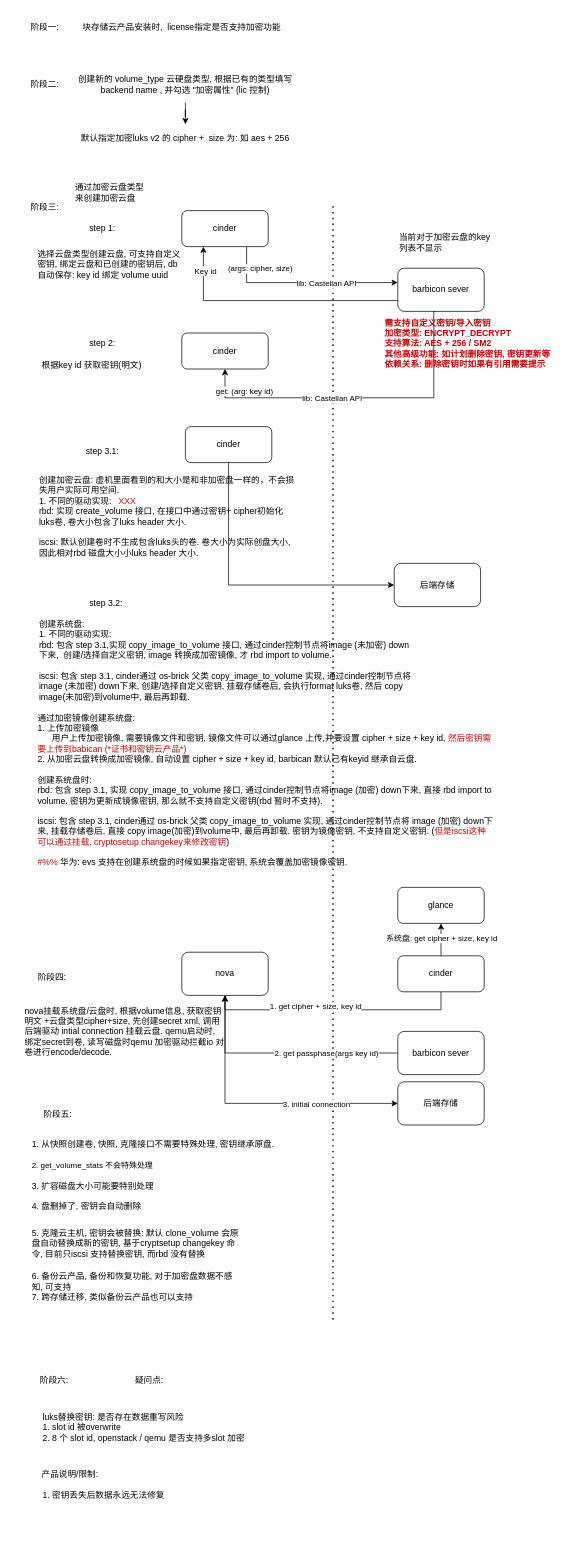
ChenFanTony/ceph-diagrams keeps this draw.io diagram as 磁盘加密.drawio. Above is the earlier version. Source tidied: cells renumbered, new cells numbered last; positions are measured from the earlier drawing's top-left corner, leaving out a move shared by most shapes. Both pictures are drawn from the tidied source at 72%, with x=0, y=0 at pixel (23, 12).
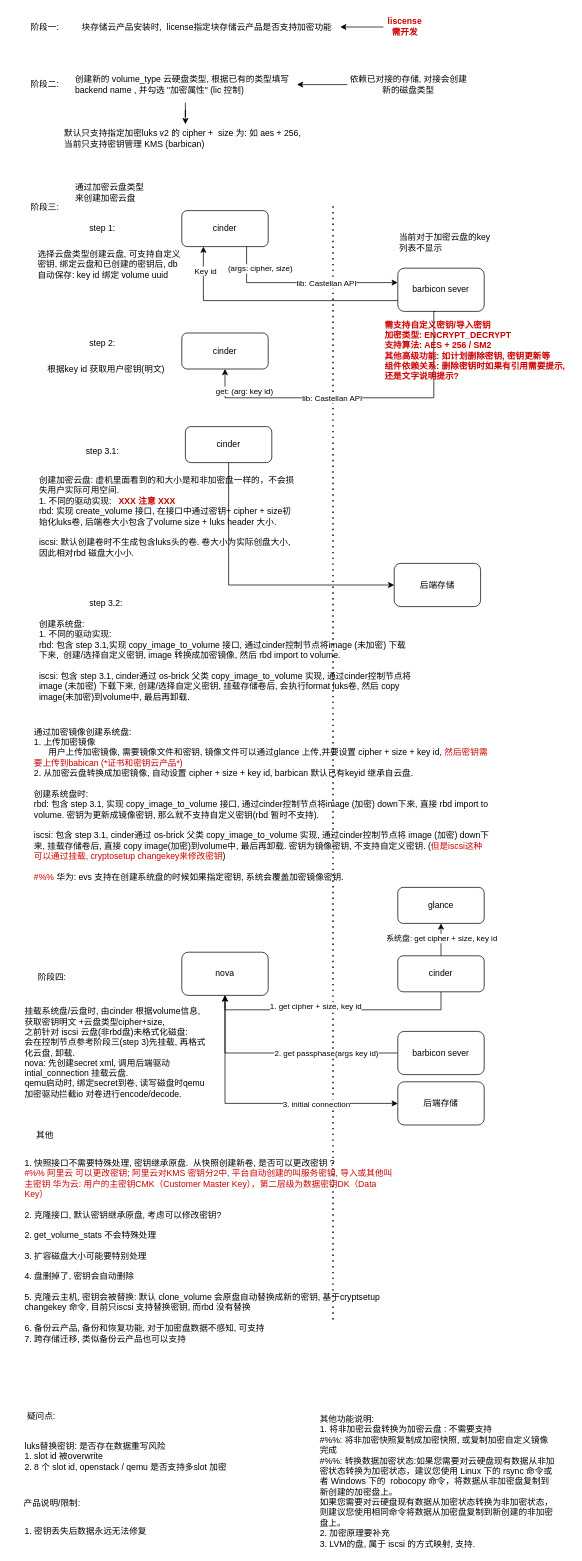
After the change.

Commit message:
更新磁盘加密.drawio

Diff of the diagram source:
```diff
@@
-    <mxCell id="17" value="创建新的 volume_type 云硬盘类型, 根据已有的类型填写backend name , 并勾选 &quot;加密属性&quot; (lic 控制)" style="text;html=1;whiteSpace=wrap;strokeColor=none;fillColor=none;align=center;verticalAlign=middle;rounded=0;" parent="1" vertex="1">
+    <mxCell id="17" value="创建新的 volume_type 云硬盘类型, 根据已有的类型填写backend name , 并勾选 &quot;加密属性&quot; (lic 控制)" style="text;html=1;whiteSpace=wrap;strokeColor=none;fillColor=none;align=left;verticalAlign=middle;rounded=0;" parent="1" vertex="1">
       <mxGeometry x="70" y="75" width="310" height="50" as="geometry" />
     </mxCell>
@@
-    <mxCell id="19" value="默认指定加密luks v2 的 cipher +&amp;nbsp; size 为: 如 aes + 256" style="text;html=1;whiteSpace=wrap;strokeColor=none;fillColor=none;align=center;verticalAlign=middle;rounded=0;" parent="1" vertex="1">
+    <mxCell id="19" value="默认只支持指定加密luks v2 的 cipher +&amp;nbsp; size 为: 如 aes + 256, 当前只支持密钥管理 KMS (barbican)" style="text;html=1;whiteSpace=wrap;strokeColor=none;fillColor=none;align=left;verticalAlign=middle;rounded=0;" parent="1" vertex="1">
       <mxGeometry x="55" y="155" width="340" height="40" as="geometry" />
     </mxCell>
-    <mxCell id="20" value="块存储云产品安装时,&amp;nbsp; license指定是否支持加密功能" style="text;html=1;whiteSpace=wrap;strokeColor=none;fillColor=none;align=center;verticalAlign=middle;rounded=0;" parent="1" vertex="1">
-      <mxGeometry x="70" width="300" height="40" as="geometry" />
+    <mxCell id="20" value="块存储云产品安装时,&amp;nbsp; license指定块存储云产品是否支持加密功能" style="text;html=1;whiteSpace=wrap;strokeColor=none;fillColor=none;align=center;verticalAlign=middle;rounded=0;" parent="1" vertex="1">
+      <mxGeometry x="70" width="370" height="40" as="geometry" />
     </mxCell>
@@
-    <mxCell id="31" value="根据key id 获取密钥(明文)" style="text;html=1;whiteSpace=wrap;strokeColor=none;fillColor=none;align=center;verticalAlign=middle;rounded=0;" parent="1" vertex="1">
-      <mxGeometry x="15" y="475" width="160" height="30" as="geometry" />
+    <mxCell id="31" value="根据key id 获取用户密钥(明文)" style="text;html=1;whiteSpace=wrap;strokeColor=none;fillColor=none;align=center;verticalAlign=middle;rounded=0;" parent="1" vertex="1">
+      <mxGeometry x="30" y="475" width="170" height="40" as="geometry" />
     </mxCell>
@@
-    <mxCell id="36" value="创建加密云盘:&amp;nbsp;虚机里面看到的和大小是和非加密盘一样的，不会损失用户实际可用空间.&lt;br&gt;1. 不同的驱动实现:&amp;nbsp; &amp;nbsp;&lt;font style=&quot;color: rgb(204, 0, 0);&quot;&gt;XXX&lt;/font&gt;&lt;br&gt;rbd: 实现 create_volume 接口, 在接口中通过密钥+ cipher初始化luks卷, 卷大小包含了luks header 大小.&amp;nbsp;&lt;br&gt;&lt;br&gt;iscsi: 默认创建卷时不生成包含luks头的卷. 卷大小为实际创盘大小, 因此相对rbd 磁盘大小小luks header 大小." style="text;html=1;whiteSpace=wrap;strokeColor=none;fillColor=none;align=left;verticalAlign=middle;rounded=0;" parent="1" vertex="1">
+    <mxCell id="36" value="创建加密云盘:&amp;nbsp;虚机里面看到的和大小是和非加密盘一样的，不会损失用户实际可用空间.&lt;br&gt;1. 不同的驱动实现:&amp;nbsp; &amp;nbsp;&lt;font style=&quot;color: rgb(204, 0, 0);&quot;&gt;&lt;b&gt;XXX 注意 XXX&lt;/b&gt;&lt;/font&gt;&lt;br&gt;rbd: 实现 create_volume 接口, 在接口中通过密钥+ cipher + size初始化luks卷, 后端卷大小包含了volume size + luks header 大小.&amp;nbsp;&lt;br&gt;&lt;br&gt;iscsi: 默认创建卷时不生成包含luks头的卷. 卷大小为实际创盘大小, 因此相对rbd 磁盘大小小." style="text;html=1;whiteSpace=wrap;strokeColor=none;fillColor=none;align=left;verticalAlign=middle;rounded=0;" parent="1" vertex="1">
       <mxGeometry x="20" y="635" width="360" height="130" as="geometry" />
     </mxCell>
@@
-    <mxCell id="38" value="创建系统盘:&amp;nbsp;&lt;br&gt;1. 不同的驱动实现:&lt;br&gt;rbd: 包含 step 3.1,实现 copy_image_to_volume 接口, 通过cinder控制节点将image (未加密) down下来,&amp;nbsp; 创建/选择自定义密钥, image 转换成加密镜像, 才 rbd import to volume.&lt;br&gt;&lt;br&gt;iscsi: 包含 step 3.1, cinder通过 os-brick 父类 copy_image_to_volume 实现, 通过cinder控制节点将 image (未加密) down下来, 创建/选择自定义密钥, 挂载存储卷后,&amp;nbsp;会执行format luks卷, 然后 copy image(未加密)到volume中, 最后再卸载." style="text;html=1;whiteSpace=wrap;strokeColor=none;fillColor=none;align=left;verticalAlign=middle;rounded=0;" parent="1" vertex="1">
+    <mxCell id="38" value="创建系统盘:&amp;nbsp;&lt;br&gt;1. 不同的驱动实现:&lt;br&gt;rbd: 包含 step 3.1,实现 copy_image_to_volume 接口, 通过cinder控制节点将image (未加密) 下载下来,&amp;nbsp; 创建/选择自定义密钥, image 转换成加密镜像, 然后 rbd import to volume.&lt;br&gt;&lt;br&gt;iscsi: 包含 step 3.1, cinder通过 os-brick 父类 copy_image_to_volume 实现, 通过cinder控制节点将 image (未加密) 下载下来, 创建/选择自定义密钥, 挂载存储卷后,&amp;nbsp;会执行format luks卷, 然后 copy image(未加密)到volume中, 最后再卸载." style="text;html=1;whiteSpace=wrap;strokeColor=none;fillColor=none;align=left;verticalAlign=middle;rounded=0;" parent="1" vertex="1">
       <mxGeometry x="20" y="835" width="520" height="130" as="geometry" />
     </mxCell>
@@
-    <mxCell id="41" value="nova挂载系统盘/云盘时, 根据volume信息, 获取密钥明文 +云盘类型cipher+size, 先创建secret xml,&amp;nbsp;调用后端驱动 intial connection 挂载云盘.&amp;nbsp;&lt;span style=&quot;background-color: transparent; color: light-dark(rgb(0, 0, 0), rgb(255, 255, 255));&quot;&gt;qemu&lt;/span&gt;启动&lt;span style=&quot;background-color: transparent; color: light-dark(rgb(0, 0, 0), rgb(255, 255, 255));&quot;&gt;时, 绑定secret到卷, 读写磁盘时qemu 加密驱动拦截io 对卷进行encode/decode.&lt;/span&gt;" style="text;html=1;whiteSpace=wrap;strokeColor=none;fillColor=none;align=left;verticalAlign=middle;rounded=0;" parent="1" vertex="1">
-      <mxGeometry y="1365" width="280" height="100" as="geometry" />
+    <mxCell id="41" value="挂载系统盘/云盘时, 由cinder 根据volume信息, 获取密钥明文 +云盘类型cipher+size, &lt;br&gt;之前针对 iscsi 云盘(非rbd盘)未格式化磁盘:&lt;br&gt;会在控制节点参考阶段三(step 3)先挂载, 再格式化云盘, 卸载.&lt;br&gt;nova: 先创建secret xml,&amp;nbsp;调用后端驱动 intial_connection 挂载云盘.&amp;nbsp;&lt;span style=&quot;background-color: transparent; color: light-dark(rgb(0, 0, 0), rgb(255, 255, 255));&quot;&gt;&lt;br&gt;qemu&lt;/span&gt;启动&lt;span style=&quot;background-color: transparent; color: light-dark(rgb(0, 0, 0), rgb(255, 255, 255));&quot;&gt;时, 绑定secret到卷, 读写磁盘时qemu 加密驱动拦截io 对卷进行encode/decode.&lt;/span&gt;" style="text;html=1;whiteSpace=wrap;strokeColor=none;fillColor=none;align=left;verticalAlign=middle;rounded=0;" parent="1" vertex="1">
+      <mxGeometry y="1385" width="260" height="120" as="geometry" />
     </mxCell>
@@
-    <mxCell id="45" value="阶段五:" style="text;html=1;whiteSpace=wrap;strokeColor=none;fillColor=none;align=center;verticalAlign=middle;rounded=0;" parent="1" vertex="1">
-      <mxGeometry x="17.5" y="1515" width="60" height="30" as="geometry" />
+    <mxCell id="45" value="其他" style="text;html=1;whiteSpace=wrap;strokeColor=none;fillColor=none;align=center;verticalAlign=middle;rounded=0;" parent="1" vertex="1">
+      <mxGeometry y="1545" width="60" height="30" as="geometry" />
     </mxCell>
     <mxCell id="46" value="通过加密镜像创建系统盘:&amp;nbsp;&lt;br&gt;1. 上传加密镜像&lt;br&gt;&amp;nbsp; &amp;nbsp; &amp;nbsp; 用户上传加密镜像, 需要镜像文件和密钥, 镜像文件可以通过glance 上传,并要设置 cipher + size + key id, &lt;font style=&quot;color: rgb(204, 0, 0);&quot;&gt;然后密钥需要上传到babican (*证书和密钥云产品*)&lt;/font&gt;&lt;br&gt;2. 从加密云盘转换成加密镜像, 自动设置&amp;nbsp;cipher + size + key id, barbican 默认已有keyid 继承自云盘.&lt;br&gt;&lt;div&gt;&lt;br&gt;创建系统盘时:&lt;br&gt;rbd:&amp;nbsp;&lt;span style=&quot;background-color: transparent; color: light-dark(rgb(0, 0, 0), rgb(255, 255, 255));&quot;&gt;包含 step 3.1, 实现 copy_image_to_volume 接口, 通过cinder控制节点将image (加密) down下来, 直接 rbd import to volume. 密钥为更新成镜像密钥, 那么就不支持自定义密钥(rbd 暂时不支持).&lt;br&gt;&lt;/span&gt;&lt;span style=&quot;background-color: transparent; color: light-dark(rgb(0, 0, 0), rgb(255, 255, 255));&quot;&gt;&lt;br&gt;iscsi:&amp;nbsp;&lt;/span&gt;&lt;span style=&quot;background-color: transparent; color: light-dark(rgb(0, 0, 0), rgb(255, 255, 255));&quot;&gt;包含 step 3.1, cinder通过 os-brick 父类 copy_image_to_volume 实现, 通过cinder控制节点将 image (加密) down下来, 挂载存储卷后, 直接 copy image(加密)到volume中, 最后再卸载. 密钥为镜像密钥, 不支持自定义密钥. (&lt;/span&gt;&lt;span style=&quot;background-color: transparent;&quot;&gt;&lt;font style=&quot;color: light-dark(rgb(204, 0, 0), rgb(204, 0, 0));&quot;&gt;但是iscsi这种可以通过挂载, cryptosetup changekey来修改密钥&lt;/font&gt;&lt;/span&gt;&lt;span style=&quot;background-color: transparent; color: light-dark(rgb(0, 0, 0), rgb(255, 255, 255));&quot;&gt;)&lt;br&gt;&lt;br&gt;&lt;/span&gt;&lt;font style=&quot;color: light-dark(rgb(204, 0, 0), rgb(204, 0, 0));&quot;&gt;#%%&lt;/font&gt; 华为: evs 支持在创建系统盘的时候如果指定密钥, 系统会覆盖加密镜像密钥.&lt;span style=&quot;background-color: transparent; color: light-dark(rgb(0, 0, 0), rgb(255, 255, 255));&quot;&gt;&lt;/span&gt;&lt;/div&gt;" style="text;html=1;whiteSpace=wrap;strokeColor=none;fillColor=none;align=left;verticalAlign=middle;rounded=0;" parent="1" vertex="1">
-      <mxGeometry x="17.5" y="945" width="635" height="270" as="geometry" />
+      <mxGeometry x="12.5" y="965" width="635" height="270" as="geometry" />
     </mxCell>
@@
-    <mxCell id="51" value="&lt;div style=&quot;&quot;&gt;&lt;span style=&quot;background-color: transparent; color: light-dark(rgb(0, 0, 0), rgb(255, 255, 255));&quot;&gt;1. 从快照创建卷, 快照, 克隆接口不需要特殊处理, 密钥继承原盘.&lt;/span&gt;&lt;/div&gt;&lt;br&gt;&lt;div style=&quot;&quot;&gt;&lt;span style=&quot;font-size: 8.2875pt; font-family: LiberationMono;&quot;&gt;2. get_volume_stats 不会特殊处理&lt;/span&gt;&lt;/div&gt;&lt;br&gt;&lt;div style=&quot;&quot;&gt;&lt;span style=&quot;background-color: transparent; color: light-dark(rgb(0, 0, 0), rgb(255, 255, 255));&quot;&gt;3. 扩容磁盘大小可能要特别处理&lt;br&gt;&lt;br&gt;4. 盘删掉了, 密钥会自动删除&lt;/span&gt;&lt;/div&gt;" style="text;html=1;whiteSpace=wrap;strokeColor=none;fillColor=none;align=left;verticalAlign=middle;rounded=0;" parent="1" vertex="1">
-      <mxGeometry x="10" y="1565" width="415" height="100" as="geometry" />
+    <mxCell id="51" value="&lt;div style=&quot;&quot;&gt;&lt;div&gt;&lt;font style=&quot;color: rgb(0, 0, 0);&quot;&gt;1. 快照接口不需要特殊处理, 密钥继承原盘.&amp;nbsp; 从快照创建新卷, 是否可以更改密钥 ?&lt;/font&gt;&lt;/div&gt;&lt;div&gt;&lt;font color=&quot;#cc0000&quot;&gt;#%% 阿里云 可以更改密钥; 阿里云对KMS 密钥分2中, 平台自动创建的叫服务密钥, 导入或其他叫主密钥 华为云: 用户的主密钥CMK（Customer Master Key），第二层级为数据密钥DK（Data Key）&lt;/font&gt;&lt;/div&gt;&lt;div&gt;&lt;font color=&quot;#cc0000&quot;&gt;&lt;br&gt;&lt;/font&gt;&lt;/div&gt;&lt;div&gt;&lt;font style=&quot;color: rgb(0, 0, 0);&quot;&gt;2. 克隆接口, 默认密钥继承原盘, 考虑可以修改密钥?&lt;/font&gt;&lt;/div&gt;&lt;div&gt;&lt;font style=&quot;color: rgb(0, 0, 0);&quot;&gt;&lt;br&gt;&lt;/font&gt;&lt;/div&gt;&lt;div&gt;&lt;font style=&quot;color: rgb(0, 0, 0);&quot;&gt;2. get_volume_stats 不会特殊处理&lt;/font&gt;&lt;/div&gt;&lt;div&gt;&lt;font style=&quot;color: rgb(0, 0, 0);&quot;&gt;&lt;br&gt;&lt;/font&gt;&lt;/div&gt;&lt;div&gt;&lt;font style=&quot;color: rgb(0, 0, 0);&quot;&gt;3. 扩容磁盘大小可能要特别处理&lt;/font&gt;&lt;/div&gt;&lt;div&gt;&lt;font style=&quot;color: rgb(0, 0, 0);&quot;&gt;&lt;br&gt;&lt;/font&gt;&lt;/div&gt;&lt;div&gt;&lt;font style=&quot;color: rgb(0, 0, 0);&quot;&gt;4. 盘删掉了, 密钥会自动删除&lt;br&gt;&lt;br&gt;5. 克隆云主机, 密钥会被替换: 默认 clone_volume 会原盘自动替换成新的密钥, 基于cryptsetup changekey 命令, 目前只iscsi 支持替换密钥, 而rbd 没有替换&lt;br&gt;&lt;br&gt;6. 备份云产品, 备份和恢复功能, 对于加密盘数据不感知, 可支持&lt;br&gt;7. 跨存储迁移, 类似备份云产品也可以支持&lt;/font&gt;&lt;/div&gt;&lt;/div&gt;" style="text;html=1;whiteSpace=wrap;strokeColor=none;fillColor=none;align=left;verticalAlign=middle;rounded=0;" parent="1" vertex="1">
+      <mxGeometry y="1655" width="515" height="130" as="geometry" />
     </mxCell>
-    <mxCell id="52" value="&lt;font style=&quot;&quot;&gt;&lt;b&gt;需支持自定义密钥/导入密钥&lt;/b&gt;&lt;br&gt;&lt;b&gt;加密类型: ENCRYPT_DECRYPT&lt;br&gt;支持算法: AES + 256 / SM2&lt;/b&gt;&lt;br&gt;&lt;b&gt;其他高级功能: 如计划删除密钥, 密钥更新等&amp;nbsp;&lt;br&gt;依赖关系: 删除密钥时如果有引用需要提示&lt;/b&gt;&lt;/font&gt;" style="text;html=1;whiteSpace=wrap;strokeColor=none;fillColor=none;align=left;verticalAlign=middle;rounded=0;fontColor=#CC0000;" parent="1" vertex="1">
-      <mxGeometry x="500" y="445" width="260" height="30" as="geometry" />
+    <mxCell id="52" value="&lt;font style=&quot;&quot;&gt;&lt;b&gt;需支持自定义密钥/导入密钥&lt;/b&gt;&lt;br&gt;&lt;b&gt;加密类型: ENCRYPT_DECRYPT&lt;br&gt;支持算法: AES + 256 / SM2&lt;/b&gt;&lt;br&gt;&lt;b&gt;其他高级功能: 如计划删除密钥, 密钥更新等&amp;nbsp;&lt;br&gt;组件依赖关系: 删除密钥时如果有引用需要提示, 还是文字说明提示?&lt;/b&gt;&lt;/font&gt;" style="text;html=1;whiteSpace=wrap;strokeColor=none;fillColor=none;align=left;verticalAlign=middle;rounded=0;fontColor=#CC0000;" parent="1" vertex="1">
+      <mxGeometry x="500" y="455" width="260" height="30" as="geometry" />
     </mxCell>
-    <mxCell id="53" value="5. 克隆云主机, 密钥会被替换: 默认 clone_volume 会原盘自动替换成新的密钥, 基于cryptsetup changekey 命令, 目前只iscsi 支持替换密钥, 而rbd 没有替换" style="text;html=1;whiteSpace=wrap;strokeColor=none;fillColor=none;align=left;verticalAlign=middle;rounded=0;" parent="1" vertex="1">
-      <mxGeometry x="10" y="1685" width="300" height="50" as="geometry" />
-    </mxCell>
     <mxCell id="54" value="luks替换密钥: 是否存在数据重写风险&lt;br&gt;1. slot id 被overwrite&lt;br&gt;&lt;div style=&quot;&quot;&gt;&lt;span style=&quot;background-color: transparent; color: light-dark(rgb(0, 0, 0), rgb(255, 255, 255));&quot;&gt;2. 8 个 slot id, openstack / qemu 是否支持多slot 加密&lt;/span&gt;&lt;/div&gt;" style="text;html=1;whiteSpace=wrap;strokeColor=none;fillColor=none;align=left;verticalAlign=middle;rounded=0;" parent="1" vertex="1">
-      <mxGeometry x="25" y="1935" width="490" height="60" as="geometry" />
+      <mxGeometry y="1975" width="490" height="60" as="geometry" />
     </mxCell>
     <mxCell id="55" value="疑问点:" style="text;html=1;whiteSpace=wrap;strokeColor=none;fillColor=none;align=center;verticalAlign=middle;rounded=0;" parent="1" vertex="1">
-      <mxGeometry x="145" y="1885" width="60" height="30" as="geometry" />
+      <mxGeometry x="-5" y="1935" width="60" height="30" as="geometry" />
     </mxCell>
@@
-    <mxCell id="57" value="阶段六:" style="text;html=1;whiteSpace=wrap;strokeColor=none;fillColor=none;align=center;verticalAlign=middle;rounded=0;" parent="1" vertex="1">
-      <mxGeometry x="12.5" y="1885" width="60" height="30" as="geometry" />
-    </mxCell>
     <mxCell id="58" value="产品说明/限制:" style="text;html=1;whiteSpace=wrap;strokeColor=none;fillColor=none;align=center;verticalAlign=middle;rounded=0;" parent="1" vertex="1">
-      <mxGeometry x="10" y="2015" width="110" height="30" as="geometry" />
+      <mxGeometry x="-15" y="2055" width="110" height="30" as="geometry" />
     </mxCell>
     <mxCell id="59" value="1.&amp;nbsp;密钥丢失后数据永远无法修复" style="text;html=1;whiteSpace=wrap;strokeColor=none;fillColor=none;align=left;verticalAlign=middle;rounded=0;" parent="1" vertex="1">
-      <mxGeometry x="25" y="2045" width="330" height="30" as="geometry" />
+      <mxGeometry y="2095" width="330" height="30" as="geometry" />
     </mxCell>
-    <mxCell id="60" value="6. 备份云产品, 备份和恢复功能, 对于加密盘数据不感知, 可支持&lt;br&gt;7. 跨存储迁移, 类似备份云产品也可以支持" style="text;html=1;whiteSpace=wrap;strokeColor=none;fillColor=none;align=left;verticalAlign=middle;rounded=0;" parent="1" vertex="1">
-      <mxGeometry x="10" y="1715" width="290" height="110" as="geometry" />
-    </mxCell>
+    <mxCell id="61" value="其他功能说明:&lt;br&gt;1.&amp;nbsp;将非加密云盘转换为加密云盘 : 不需要支持&lt;br&gt;#%%: 将非加密快照复制成加密快照, 或复制加密自定义镜像完成&lt;br&gt;#%%:&amp;nbsp;&lt;span style=&quot;background-color: transparent;&quot;&gt;转换数据加密状态:&lt;/span&gt;&lt;span style=&quot;background-color: transparent; color: light-dark(rgb(0, 0, 0), rgb(255, 255, 255));&quot;&gt;如果您需要对云硬盘现有数据从非加密状态转换为加密状态，建议您使用 Linux 下的 rsync 命令或者 Windows 下的&amp;nbsp; robocopy 命令，将数据从非加密盘复制到新创建的加密盘上。&lt;/span&gt;&lt;div&gt;如果您需要对云硬盘现有数据从加密状态转换为非加密状态，则建议您使用相同命令将数据从加密盘复制到新创建的非加密盘上。&lt;/div&gt;&lt;div&gt;2. 加密原理要补充&lt;br&gt;3. LVM的盘, 属于 iscsi 的方式映射, 支持.&lt;br&gt;&lt;/div&gt;" style="text;html=1;whiteSpace=wrap;strokeColor=none;fillColor=none;align=left;verticalAlign=middle;rounded=0;" parent="1" vertex="1">
+      <mxGeometry x="410" y="1965" width="330" height="150" as="geometry" />
+    </mxCell>
+    <mxCell id="62" style="edgeStyle=orthogonalEdgeStyle;rounded=0;jettySize=auto;html=1;" parent="1" edge="1" source="63" target="20">
+      <mxGeometry relative="1" as="geometry" />
+    </mxCell>
+    <mxCell id="63" value="&lt;b&gt;liscense 需开发&lt;/b&gt;" style="text;html=1;whiteSpace=wrap;strokeColor=none;fillColor=none;align=center;verticalAlign=middle;rounded=0;fontColor=light-dark(#CC0000,#CC0000);" parent="1" vertex="1">
+      <mxGeometry x="500" y="5" width="60" height="30" as="geometry" />
+    </mxCell>
+    <mxCell id="64" style="edgeStyle=orthogonalEdgeStyle;rounded=0;jettySize=auto;html=1;" parent="1" edge="1" source="65" target="17">
+      <mxGeometry relative="1" as="geometry" />
+    </mxCell>
+    <mxCell id="65" value="依赖已对接的存储, 对接会创建新的磁盘类型" style="text;html=1;whiteSpace=wrap;strokeColor=none;fillColor=none;align=center;verticalAlign=middle;rounded=0;" parent="1" vertex="1">
+      <mxGeometry x="450" y="85" width="170" height="30" as="geometry" />
+    </mxCell>
```
